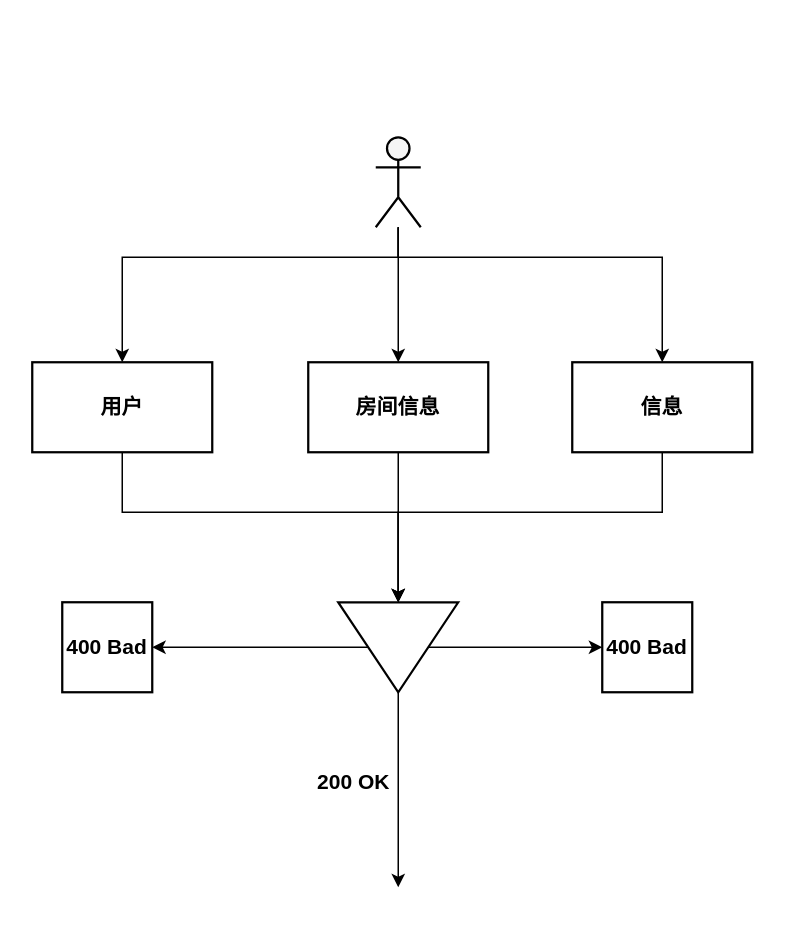
This is page "第 2 页" (2 of 2) of 阿里天池.drawio from ThinkingXuan/draw, a draw.io file, before an edit. Source tidied: cells renumbered, new cells numbered last; positions are measured from the earlier drawing's top-left corner, leaving out a move shared by most shapes. Both pictures are drawn from the tidied source at 150%, with x=0, y=0 at pixel (32, 136).
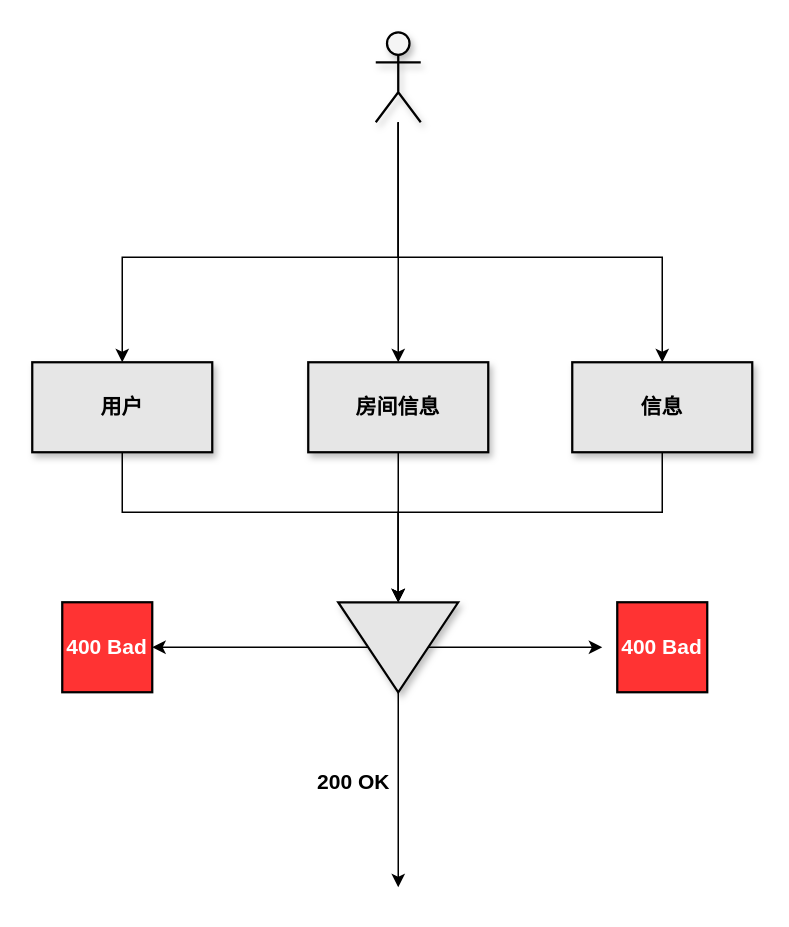
After the change.

The edit, as a diff of the source:
```diff
@@
-    <mxCell id="3" value="&lt;font style=&quot;font-size: 14px&quot;&gt;&lt;b&gt;用户&lt;/b&gt;&lt;br&gt;&lt;/font&gt;" style="rounded=0;whiteSpace=wrap;html=1;strokeWidth=1.5;" parent="1" vertex="1">
+    <mxCell id="3" value="&lt;font style=&quot;font-size: 14px&quot;&gt;&lt;b&gt;用户&lt;/b&gt;&lt;br&gt;&lt;/font&gt;" style="rounded=0;whiteSpace=wrap;html=1;strokeWidth=1.5;fillColor=#E6E6E6;shadow=1;" parent="1" vertex="1">
       <mxGeometry y="150" width="120" height="60" as="geometry" />
     </mxCell>
@@
-    <mxCell id="5" value="&lt;font style=&quot;font-size: 14px&quot;&gt;&lt;b&gt;房间信息&lt;/b&gt;&lt;br&gt;&lt;/font&gt;" style="rounded=0;whiteSpace=wrap;html=1;strokeWidth=1.5;" parent="1" vertex="1">
+    <mxCell id="5" value="&lt;font style=&quot;font-size: 14px&quot;&gt;&lt;b&gt;房间信息&lt;/b&gt;&lt;br&gt;&lt;/font&gt;" style="rounded=0;whiteSpace=wrap;html=1;strokeWidth=1.5;fillColor=#E6E6E6;shadow=1;" parent="1" vertex="1">
       <mxGeometry x="184" y="150" width="120" height="60" as="geometry" />
     </mxCell>
@@
-    <mxCell id="9" style="triangle;whiteSpace=wrap;html=1;fontSize=14;strokeWidth=1.5;rotation=90;direction=east;" parent="1" vertex="1">
+    <mxCell id="9" style="triangle;whiteSpace=wrap;html=1;fontSize=14;strokeWidth=1.5;rotation=90;direction=east;fillColor=#E6E6E6;shadow=1;" parent="1" vertex="1">
       <mxGeometry x="214" y="300" width="60" height="80" as="geometry" />
     </mxCell>
@@
-    <mxCell id="14" style="shape=umlActor;verticalLabelPosition=bottom;verticalAlign=top;html=1;outlineConnect=0;fontSize=14;strokeColor=#000000;strokeWidth=1.5;fillColor=#f5f5f5;fontColor=#333333;" parent="1" vertex="1">
-      <mxGeometry x="229" width="30" height="60" as="geometry" />
+    <mxCell id="14" style="shape=umlActor;verticalLabelPosition=bottom;verticalAlign=top;html=1;outlineConnect=0;fontSize=14;strokeColor=#000000;strokeWidth=1.5;fillColor=#f5f5f5;fontColor=#333333;shadow=1;" parent="1" vertex="1">
+      <mxGeometry x="229" y="-70" width="30" height="60" as="geometry" />
     </mxCell>
-    <mxCell id="15" value="&lt;b&gt;400 Bad&lt;/b&gt;" style="rounded=0;whiteSpace=wrap;html=1;fontSize=14;strokeWidth=1.5;" parent="1" vertex="1">
-      <mxGeometry x="380" y="310" width="60" height="60" as="geometry" />
+    <mxCell id="15" value="&lt;b&gt;400 Bad&lt;/b&gt;" style="rounded=0;whiteSpace=wrap;html=1;fontSize=14;strokeWidth=1.5;fontColor=#FFFFFF;fillColor=#FF3333;" parent="1" vertex="1">
+      <mxGeometry x="390" y="310" width="60" height="60" as="geometry" />
     </mxCell>
@@
-    <mxCell id="17" value="&lt;font style=&quot;font-size: 14px&quot;&gt;&lt;b&gt;信息&lt;/b&gt;&lt;br&gt;&lt;/font&gt;" style="rounded=0;whiteSpace=wrap;html=1;strokeWidth=1.5;" parent="1" vertex="1">
+    <mxCell id="17" value="&lt;font style=&quot;font-size: 14px&quot;&gt;&lt;b&gt;信息&lt;/b&gt;&lt;br&gt;&lt;/font&gt;" style="rounded=0;whiteSpace=wrap;html=1;strokeWidth=1.5;shadow=1;fillColor=#E6E6E6;" parent="1" vertex="1">
       <mxGeometry x="360" y="150" width="120" height="60" as="geometry" />
     </mxCell>
-    <mxCell id="18" value="&lt;b&gt;400 Bad&lt;/b&gt;" style="rounded=0;whiteSpace=wrap;html=1;fontSize=14;strokeWidth=1.5;" parent="1" vertex="1">
+    <mxCell id="18" value="&lt;b&gt;400 Bad&lt;/b&gt;" style="rounded=0;whiteSpace=wrap;html=1;fontSize=14;strokeWidth=1.5;fillColor=#FF3333;fontColor=#FFFFFF;" parent="1" vertex="1">
       <mxGeometry x="20" y="310" width="60" height="60" as="geometry" />
     </mxCell>
```
